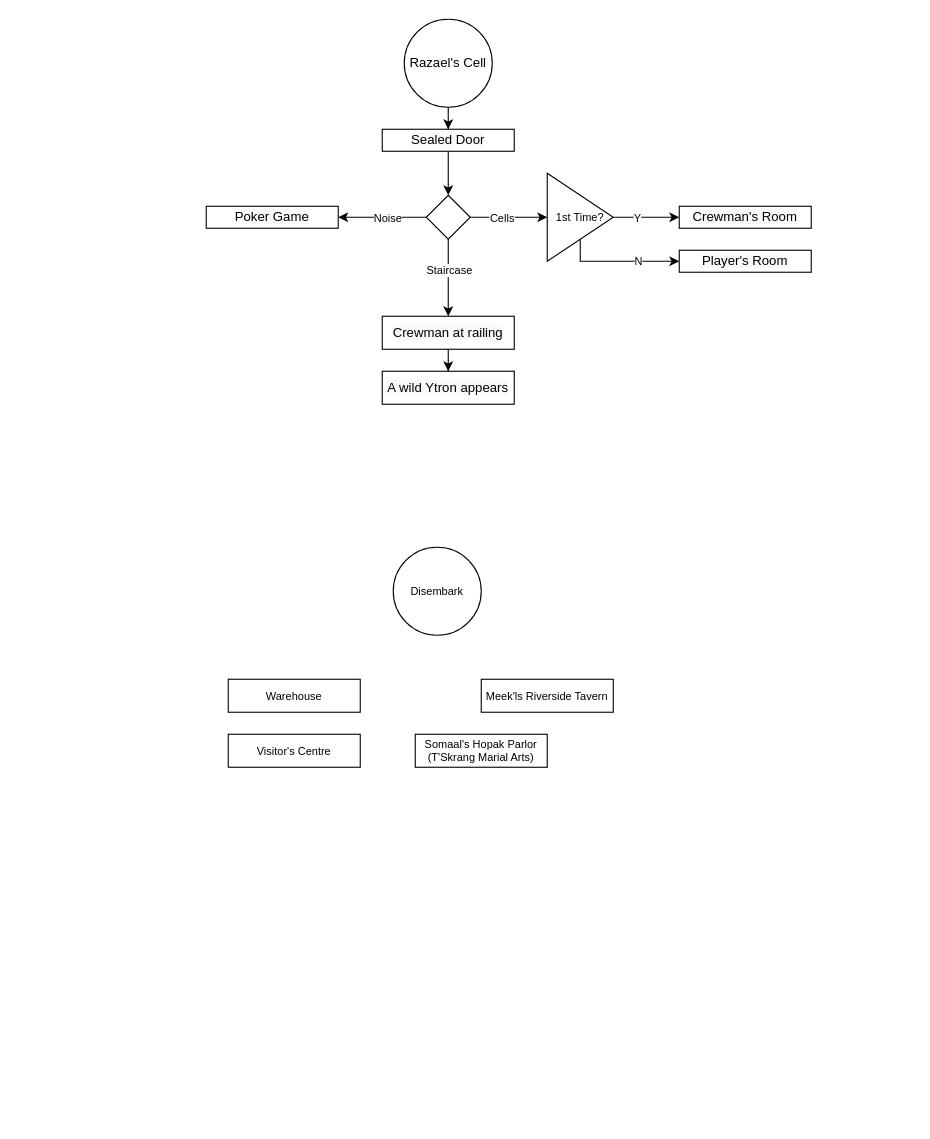
marcusspain/drawings keeps this draw.io diagram as cleaners_act3.drawio. Above is the earlier version. Source tidied: cells renumbered, new cells numbered last; positions are measured from the earlier drawing's top-left corner, leaving out a move shared by most shapes. Both pictures are drawn from the tidied source at 110%, with x=0, y=0 at pixel (206, 19).
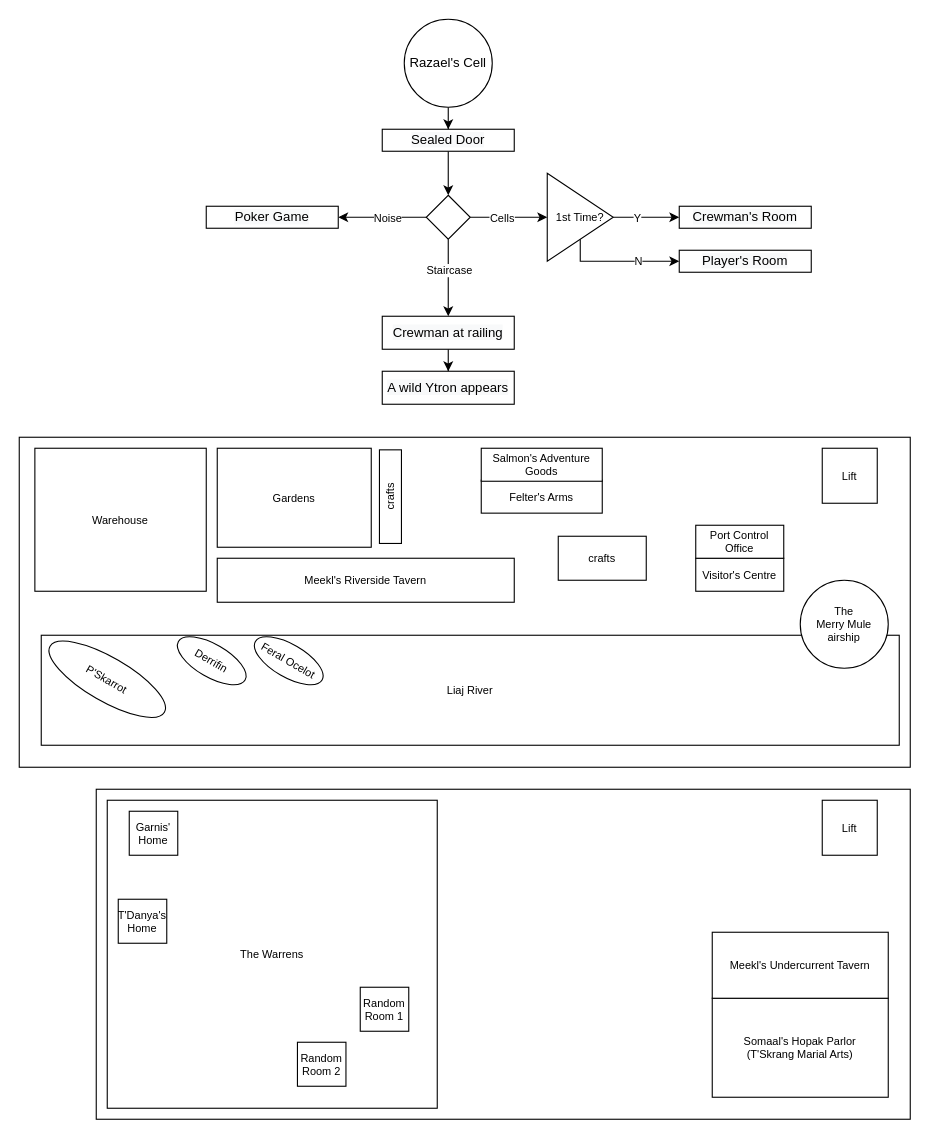
The same diagram, later.

Change to the diagram source:
```diff
@@
+    <mxCell id="29" style="rounded=0;whiteSpace=wrap;html=1;fontSize=10;" parent="1" vertex="1">
+      <mxGeometry x="-100" y="700" width="740" height="300" as="geometry" />
+    </mxCell>
+    <mxCell id="30" style="rounded=0;whiteSpace=wrap;html=1;fontSize=10;" parent="1" vertex="1">
+      <mxGeometry x="-170" y="380" width="810" height="300" as="geometry" />
+    </mxCell>
@@
-    <mxCell id="24" value="Disembark" style="ellipse;whiteSpace=wrap;html=1;fontSize=10;" parent="1" vertex="1">
-      <mxGeometry x="170" y="480" width="80" height="80" as="geometry" />
-    </mxCell>
     <mxCell id="25" value="Warehouse" style="rounded=0;whiteSpace=wrap;html=1;fontSize=10;" parent="1" vertex="1">
-      <mxGeometry x="20" y="600" width="120" height="30" as="geometry" />
+      <mxGeometry x="-155.8" y="390" width="155.8" height="130" as="geometry" />
     </mxCell>
     <mxCell id="26" value="Visitor's Centre" style="rounded=0;whiteSpace=wrap;html=1;fontSize=10;" parent="1" vertex="1">
-      <mxGeometry x="20" y="650" width="120" height="30" as="geometry" />
+      <mxGeometry x="445" y="490" width="80" height="30" as="geometry" />
     </mxCell>
-    <mxCell id="27" value="Meek'ls Riverside Tavern" style="rounded=0;whiteSpace=wrap;html=1;fontSize=10;" parent="1" vertex="1">
-      <mxGeometry x="250" y="600" width="120" height="30" as="geometry" />
+    <mxCell id="27" value="Meekl's Riverside Tavern" style="rounded=0;whiteSpace=wrap;html=1;fontSize=10;" parent="1" vertex="1">
+      <mxGeometry x="10" y="490" width="270" height="40" as="geometry" />
     </mxCell>
     <mxCell id="28" value="Somaal's Hopak Parlor&lt;br&gt;(T'Skrang Marial Arts)" style="rounded=0;whiteSpace=wrap;html=1;fontSize=10;" parent="1" vertex="1">
-      <mxGeometry x="190" y="650" width="120" height="30" as="geometry" />
+      <mxGeometry x="460" y="890" width="160" height="90" as="geometry" />
     </mxCell>
+    <mxCell id="31" value="Liaj River" style="rounded=0;whiteSpace=wrap;html=1;fontSize=10;" parent="1" vertex="1">
+      <mxGeometry x="-150" y="560" width="780" height="100" as="geometry" />
+    </mxCell>
+    <mxCell id="32" value="Gardens" style="rounded=0;whiteSpace=wrap;html=1;fontSize=10;" parent="1" vertex="1">
+      <mxGeometry x="10" y="390" width="140" height="90" as="geometry" />
+    </mxCell>
+    <mxCell id="33" value="P'Skarrot" style="ellipse;whiteSpace=wrap;html=1;fontSize=10;rotation=30;" parent="1" vertex="1">
+      <mxGeometry x="-150" y="580" width="120" height="40" as="geometry" />
+    </mxCell>
+    <mxCell id="24" value="The&lt;br&gt;Merry Mule&lt;br&gt;airship" style="ellipse;whiteSpace=wrap;html=1;fontSize=10;" parent="1" vertex="1">
+      <mxGeometry x="540" y="510" width="80" height="80" as="geometry" />
+    </mxCell>
+    <mxCell id="34" value="Felter's Arms" style="rounded=0;whiteSpace=wrap;html=1;fontSize=10;" parent="1" vertex="1">
+      <mxGeometry x="250" y="419" width="110" height="30" as="geometry" />
+    </mxCell>
+    <mxCell id="35" value="Salmon's Adventure Goods" style="rounded=0;whiteSpace=wrap;html=1;fontSize=10;" parent="1" vertex="1">
+      <mxGeometry x="250" y="390" width="110" height="30" as="geometry" />
+    </mxCell>
+    <mxCell id="36" value="Lift" style="rounded=0;whiteSpace=wrap;html=1;fontSize=10;" parent="1" vertex="1">
+      <mxGeometry x="560" y="390" width="50" height="50" as="geometry" />
+    </mxCell>
+    <mxCell id="37" value="Derrifin" style="ellipse;whiteSpace=wrap;html=1;fontSize=10;rotation=30;" parent="1" vertex="1">
+      <mxGeometry x="-30" y="568.2" width="70" height="30" as="geometry" />
+    </mxCell>
+    <mxCell id="38" value="Feral Ocelot" style="ellipse;whiteSpace=wrap;html=1;fontSize=10;rotation=30;" parent="1" vertex="1">
+      <mxGeometry x="40" y="568.2" width="70" height="30" as="geometry" />
+    </mxCell>
+    <mxCell id="39" value="Port Control Office" style="rounded=0;whiteSpace=wrap;html=1;fontSize=10;" parent="1" vertex="1">
+      <mxGeometry x="445" y="460" width="80" height="30" as="geometry" />
+    </mxCell>
+    <mxCell id="40" value="Lift" style="rounded=0;whiteSpace=wrap;html=1;fontSize=10;" parent="1" vertex="1">
+      <mxGeometry x="560" y="710" width="50" height="50" as="geometry" />
+    </mxCell>
+    <mxCell id="41" value="The Warrens" style="rounded=0;whiteSpace=wrap;html=1;fontSize=10;" parent="1" vertex="1">
+      <mxGeometry x="-90" y="710" width="300" height="280" as="geometry" />
+    </mxCell>
+    <mxCell id="42" value="Garnis'&lt;br&gt;Home" style="rounded=0;whiteSpace=wrap;html=1;fontSize=10;" parent="1" vertex="1">
+      <mxGeometry x="-70" y="720" width="44.1" height="40" as="geometry" />
+    </mxCell>
+    <mxCell id="43" value="T'Danya's&lt;br&gt;Home" style="rounded=0;whiteSpace=wrap;html=1;fontSize=10;" parent="1" vertex="1">
+      <mxGeometry x="-80" y="800" width="44.1" height="40" as="geometry" />
+    </mxCell>
+    <mxCell id="44" value="Random Room 1" style="rounded=0;whiteSpace=wrap;html=1;fontSize=10;" parent="1" vertex="1">
+      <mxGeometry x="140" y="880" width="44.1" height="40" as="geometry" />
+    </mxCell>
+    <mxCell id="45" value="Random Room 2" style="rounded=0;whiteSpace=wrap;html=1;fontSize=10;" parent="1" vertex="1">
+      <mxGeometry x="82.9" y="930" width="44.1" height="40" as="geometry" />
+    </mxCell>
+    <mxCell id="46" value="crafts" style="rounded=0;whiteSpace=wrap;html=1;fontSize=10;rotation=-90;" parent="1" vertex="1">
+      <mxGeometry x="124.9" y="424" width="85.1" height="20" as="geometry" />
+    </mxCell>
+    <mxCell id="47" value="Meekl's Undercurrent Tavern" style="rounded=0;whiteSpace=wrap;html=1;fontSize=10;" parent="1" vertex="1">
+      <mxGeometry x="460" y="830" width="160" height="60" as="geometry" />
+    </mxCell>
+    <mxCell id="48" value="crafts" style="rounded=0;whiteSpace=wrap;html=1;fontSize=10;" parent="1" vertex="1">
+      <mxGeometry x="320" y="470" width="80" height="40" as="geometry" />
+    </mxCell>
```
